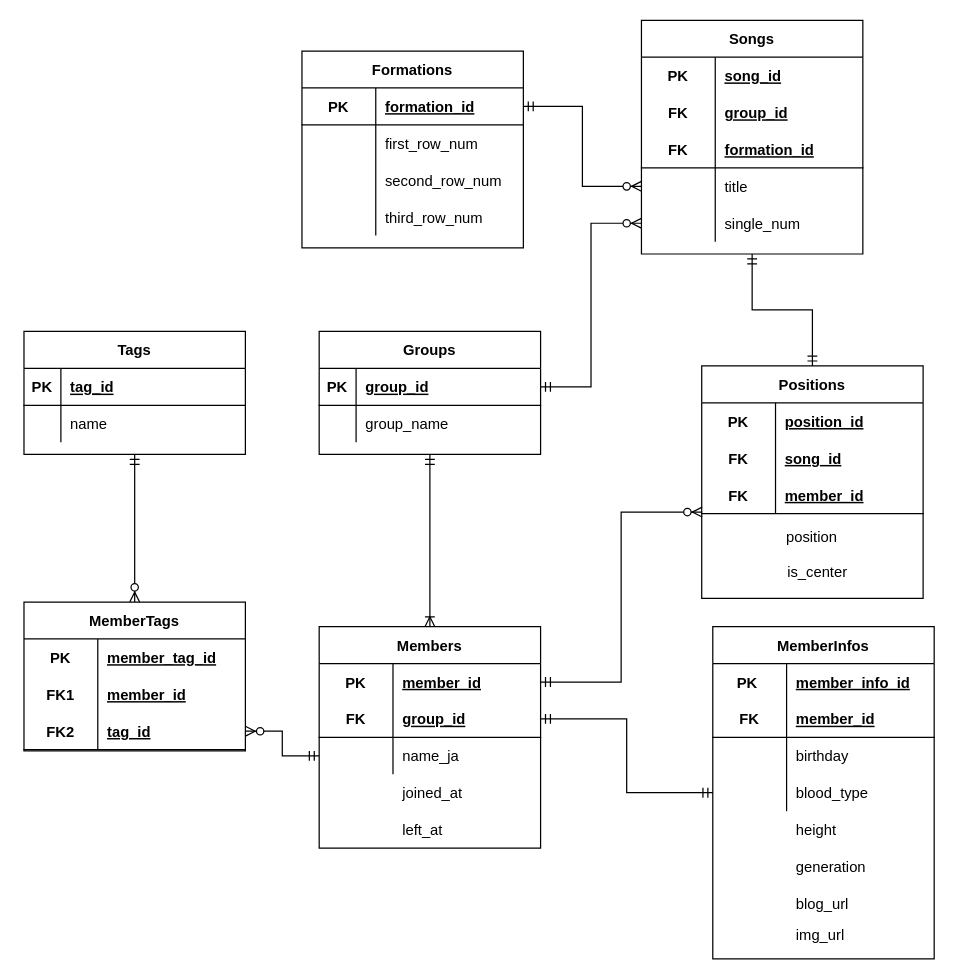
Earlier version of the draw.io diagram docs/er.dio (android-project-46group/api-server). Source tidied: cells renumbered, new cells numbered last; positions are measured from the earlier drawing's top-left corner, leaving out a move shared by most shapes. Both pictures are drawn from the tidied source at 123%, with x=0, y=0 at pixel (23, 20).
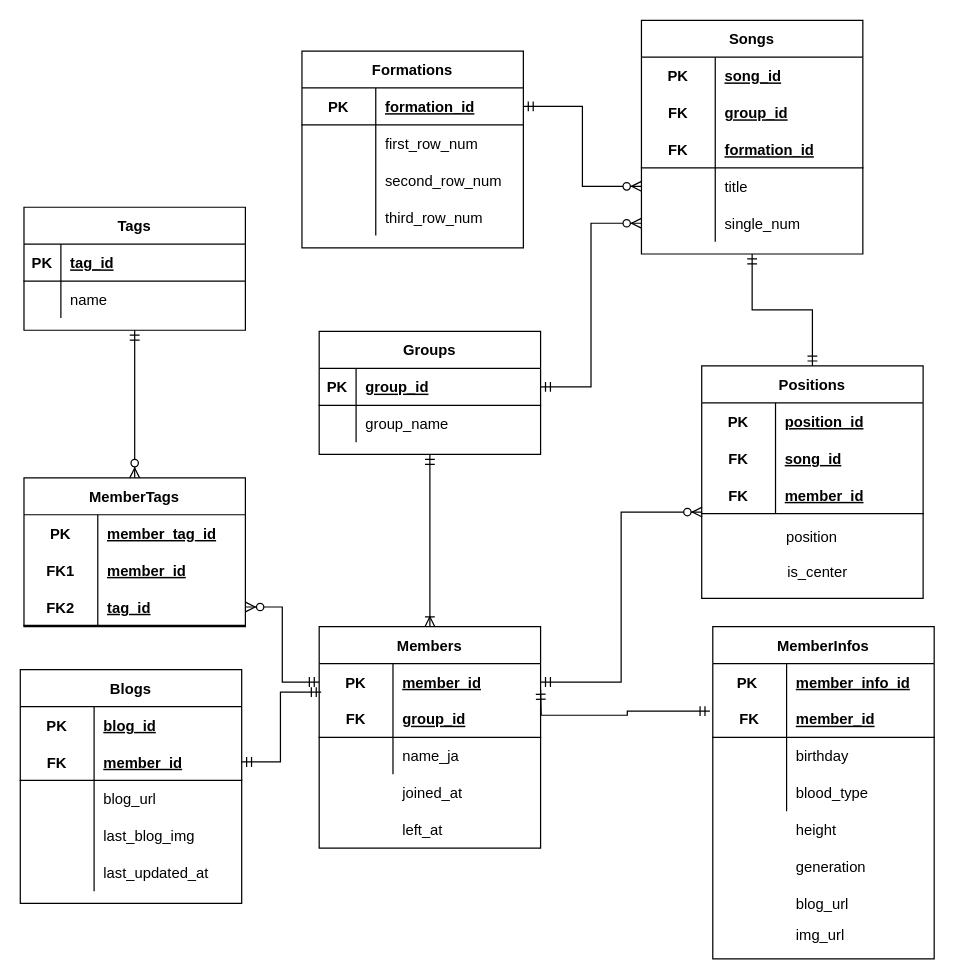
After the change.

Commit message (it also covers changes not shown here):
docs: update entity relationship diagram (#15)

Unchanged cells that the change refers to:
```xml
<mxCell id="11" style="shape=partialRectangle;fillColor=none;top=0;left=0;bottom=0;right=0;points=[[0,0.5],[1,0.5]];portConstraint=eastwest;" parent="10" vertex="1">
  <mxGeometry y="30" width="180" height="30" as="geometry" />
</mxCell>
<mxCell id="14" style="shape=partialRectangle;fillColor=none;top=0;left=0;bottom=1;right=0;points=[[0,0.5],[1,0.5]];portConstraint=eastwest;" parent="10" vertex="1">
  <mxGeometry y="60" width="180" height="30" as="geometry" />
</mxCell>
<mxCell id="17" style="shape=partialRectangle;fillColor=none;top=0;left=0;bottom=0;right=0;points=[[0,0.5],[1,0.5]];portConstraint=eastwest;" parent="10" vertex="1">
  <mxGeometry y="90" width="180" height="30" as="geometry" />
</mxCell>
<mxCell id="25" style="shape=partialRectangle;fillColor=none;top=0;left=0;bottom=1;right=0;points=[[0,0.5],[1,0.5]];portConstraint=eastwest;" parent="21" vertex="1">
  <mxGeometry y="60" width="180" height="30" as="geometry" />
</mxCell>
<mxCell id="31" style="shape=partialRectangle;fillColor=none;top=0;left=0;bottom=0;right=0;points=[[0,0.5],[1,0.5]];portConstraint=eastwest;" parent="21" vertex="1">
  <mxGeometry y="120" width="180" height="30" as="geometry" />
</mxCell>
<mxCell id="46" style="shape=partialRectangle;fillColor=none;top=0;left=0;bottom=1;right=0;points=[[0,0.5],[1,0.5]];portConstraint=eastwest;" parent="39" vertex="1">
  <mxGeometry y="90" width="180" height="30" as="geometry" />
</mxCell>
<mxCell id="68" style="shape=partialRectangle;fillColor=none;top=0;left=0;bottom=1;right=0;points=[[0,0.5],[1,0.5]];portConstraint=eastwest;" parent="61" vertex="1">
  <mxGeometry y="90" width="180" height="30" as="geometry" />
</mxCell>
```

What changed in the source:
```diff
@@
-    <mxCell id="52" style="edgeStyle=orthogonalEdgeStyle;rounded=0;jettySize=auto;html=1;exitX=1;exitY=0.5;exitDx=0;exitDy=0;entryX=0;entryY=0.5;entryDx=0;entryDy=0;startArrow=ERmandOne;startFill=0;endArrow=ERmandOne;endFill=0;" parent="1" edge="1" source="14" target="31">
-      <mxGeometry relative="1" as="geometry" />
+    <mxCell id="52" style="edgeStyle=orthogonalEdgeStyle;rounded=0;jettySize=auto;html=1;entryX=-0.013;entryY=0.289;entryDx=0;entryDy=0;startArrow=ERmandOne;startFill=0;endArrow=ERmandOne;endFill=0;entryPerimeter=0;" parent="1" edge="1" target="25">
+      <mxGeometry relative="1" as="geometry">
+        <mxPoint x="420" y="544" as="sourcePoint" />
+      </mxGeometry>
     </mxCell>
-    <mxCell id="53" style="edgeStyle=orthogonalEdgeStyle;rounded=0;jettySize=auto;html=1;exitX=1;exitY=0.5;exitDx=0;exitDy=0;entryX=0.002;entryY=0.961;entryDx=0;entryDy=0;startArrow=ERmandOne;startFill=0;endArrow=ERzeroToMany;endFill=1;entryPerimeter=0;" parent="1" edge="1" source="11" target="46">
+    <mxCell id="53" style="edgeStyle=orthogonalEdgeStyle;rounded=0;jettySize=auto;html=1;entryX=0.002;entryY=0.961;entryDx=0;entryDy=0;startArrow=ERmandOne;startFill=0;endArrow=ERzeroToMany;endFill=1;entryPerimeter=0;" parent="1" edge="1" source="11" target="46">
       <mxGeometry relative="1" as="geometry" />
     </mxCell>
@@
     <mxCell id="61" value="MemberTags" style="shape=table;startSize=30;childLayout=tableLayout;rowLines=0;fontStyle=1;align=center;" parent="1" vertex="1">
-      <mxGeometry y="473" width="180" height="121" as="geometry" />
+      <mxGeometry y="372" width="180" height="121" as="geometry" />
     </mxCell>
@@
     <mxCell id="71" style="shape=partialRectangle;fillColor=none;top=0;left=0;bottom=0;right=0;" parent="1" vertex="1">
-      <mxGeometry y="533" width="180" height="30" as="geometry" />
+      <mxGeometry y="432" width="180" height="30" as="geometry" />
     </mxCell>
@@
     <mxCell id="75" value="Tags" style="shape=table;startSize=30;childLayout=tableLayout;rowLines=0;fontStyle=1;align=center;" parent="1" vertex="1">
-      <mxGeometry y="253" width="180" height="100" as="geometry" />
+      <mxGeometry y="152" width="180" height="100" as="geometry" />
     </mxCell>
@@
-    <mxCell id="82" style="edgeStyle=orthogonalEdgeStyle;rounded=0;jettySize=auto;html=1;exitX=1;exitY=0.5;exitDx=0;exitDy=0;entryX=0;entryY=0.5;entryDx=0;entryDy=0;startArrow=ERzeroToMany;startFill=1;endArrow=ERmandOne;endFill=0;" parent="1" edge="1" source="68" target="17">
+    <mxCell id="82" style="edgeStyle=orthogonalEdgeStyle;rounded=0;jettySize=auto;html=1;exitX=1;exitY=0.5;exitDx=0;exitDy=0;entryX=0;entryY=0.5;entryDx=0;entryDy=0;startArrow=ERzeroToMany;startFill=1;endArrow=ERmandOne;endFill=0;" parent="1" edge="1" source="68" target="11">
       <mxGeometry relative="1" as="geometry" />
     </mxCell>
@@
+    <mxCell id="115" value="Blogs" style="shape=table;startSize=30;childLayout=tableLayout;rowLines=0;fontStyle=1;align=center;" parent="1" vertex="1">
+      <mxGeometry x="-3" y="528" width="180" height="190" as="geometry" />
+    </mxCell>
+    <mxCell id="116" style="shape=partialRectangle;fillColor=none;top=0;left=0;bottom=0;right=0;" parent="115" vertex="1">
+      <mxGeometry y="30" width="180" height="30" as="geometry" />
+    </mxCell>
+    <mxCell id="117" value="PK" style="shape=partialRectangle;fillColor=none;top=0;left=0;bottom=0;right=0;fontStyle=1;overflow=hidden;" parent="116" vertex="1">
+      <mxGeometry width="60" height="30" as="geometry" />
+    </mxCell>
+    <mxCell id="118" value="blog_id" style="shape=partialRectangle;fillColor=none;top=0;left=0;bottom=0;right=0;align=left;spacingLeft=6;fontStyle=5;overflow=hidden;" parent="116" vertex="1">
+      <mxGeometry x="60" width="120" height="30" as="geometry" />
+    </mxCell>
+    <mxCell id="119" style="shape=partialRectangle;fillColor=none;top=0;left=0;bottom=1;right=0;points=[[0,0.5],[1,0.5]];portConstraint=eastwest;" parent="115" vertex="1">
+      <mxGeometry y="60" width="180" height="30" as="geometry" />
+    </mxCell>
+    <mxCell id="120" value="FK" style="shape=partialRectangle;fillColor=none;top=0;left=0;bottom=0;right=0;fontStyle=1;overflow=hidden;" parent="119" vertex="1">
+      <mxGeometry width="60" height="30" as="geometry" />
+    </mxCell>
+    <mxCell id="121" value="member_id" style="shape=partialRectangle;fillColor=none;top=0;left=0;bottom=0;right=0;align=left;spacingLeft=6;fontStyle=5;overflow=hidden;" parent="119" vertex="1">
+      <mxGeometry x="60" width="120" height="30" as="geometry" />
+    </mxCell>
+    <mxCell id="122" style="shape=partialRectangle;fillColor=none;top=0;left=0;bottom=0;right=0;" parent="115" vertex="1">
+      <mxGeometry y="90" width="180" height="30" as="geometry" />
+    </mxCell>
+    <mxCell id="123" style="shape=partialRectangle;fillColor=none;top=0;left=0;bottom=0;right=0;overflow=hidden;" parent="122" vertex="1">
+      <mxGeometry width="60" height="30" as="geometry" />
+    </mxCell>
+    <mxCell id="124" value="blog_url" style="shape=partialRectangle;fillColor=none;top=0;left=0;bottom=0;right=0;align=left;spacingLeft=6;overflow=hidden;" parent="122" vertex="1">
+      <mxGeometry x="60" width="120" height="30" as="geometry" />
+    </mxCell>
+    <mxCell id="125" style="shape=partialRectangle;fillColor=none;top=0;left=0;bottom=0;right=0;" parent="115" vertex="1">
+      <mxGeometry y="120" width="180" height="30" as="geometry" />
+    </mxCell>
+    <mxCell id="126" style="shape=partialRectangle;fillColor=none;top=0;left=0;bottom=0;right=0;overflow=hidden;" parent="125" vertex="1">
+      <mxGeometry width="60" height="30" as="geometry" />
+    </mxCell>
+    <mxCell id="127" value="last_blog_img" style="shape=partialRectangle;fillColor=none;top=0;left=0;bottom=0;right=0;align=left;spacingLeft=6;overflow=hidden;" parent="125" vertex="1">
+      <mxGeometry x="60" width="120" height="30" as="geometry" />
+    </mxCell>
+    <mxCell id="128" style="shape=partialRectangle;fillColor=none;top=0;left=0;bottom=0;right=0;" parent="115" vertex="1">
+      <mxGeometry y="150" width="180" height="30" as="geometry" />
+    </mxCell>
+    <mxCell id="129" style="shape=partialRectangle;fillColor=none;top=0;left=0;bottom=0;right=0;overflow=hidden;" parent="128" vertex="1">
+      <mxGeometry width="60" height="30" as="geometry" />
+    </mxCell>
+    <mxCell id="130" value="last_updated_at" style="shape=partialRectangle;fillColor=none;top=0;left=0;bottom=0;right=0;align=left;spacingLeft=6;overflow=hidden;" parent="128" vertex="1">
+      <mxGeometry x="60" width="120" height="30" as="geometry" />
+    </mxCell>
+    <mxCell id="131" style="edgeStyle=orthogonalEdgeStyle;rounded=0;jettySize=auto;html=1;exitX=1;exitY=0.5;exitDx=0;exitDy=0;endArrow=ERmandOne;endFill=0;startArrow=ERmandOne;startFill=0;entryX=0.009;entryY=0.772;entryDx=0;entryDy=0;entryPerimeter=0;" parent="1" edge="1" source="119" target="11">
+      <mxGeometry relative="1" as="geometry" />
+    </mxCell>
```
